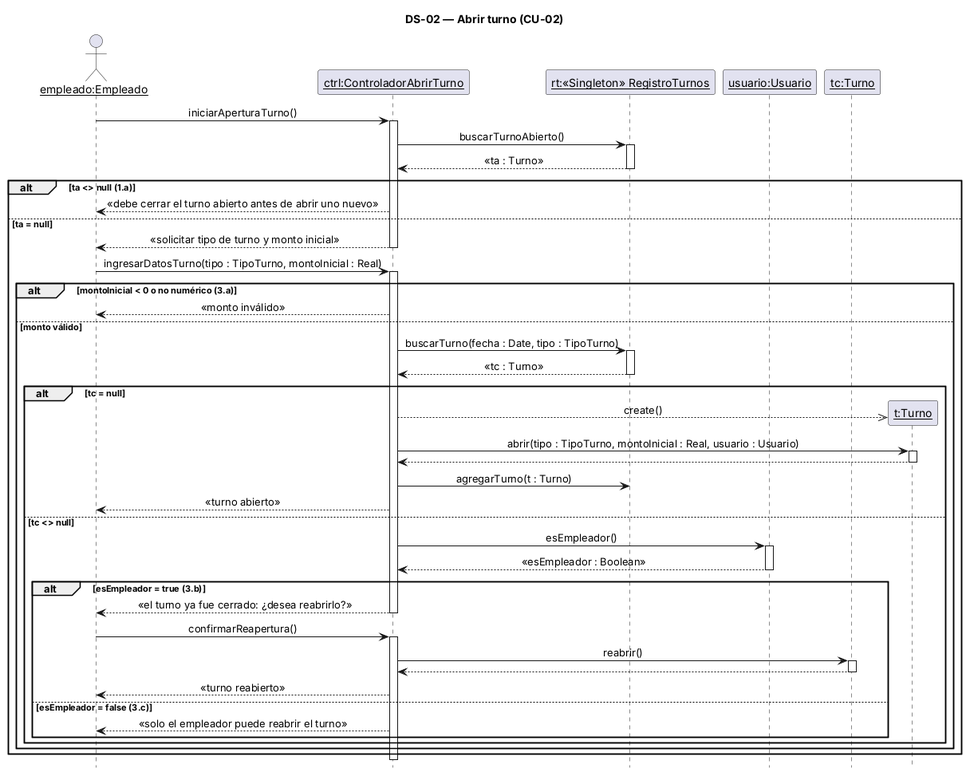
This is 08-Diagrama De Secuencia/DS-02 Abrir turno.png from alanbalzaretti123/control-de-stock1, a PlantUML export, as it was before one commit.
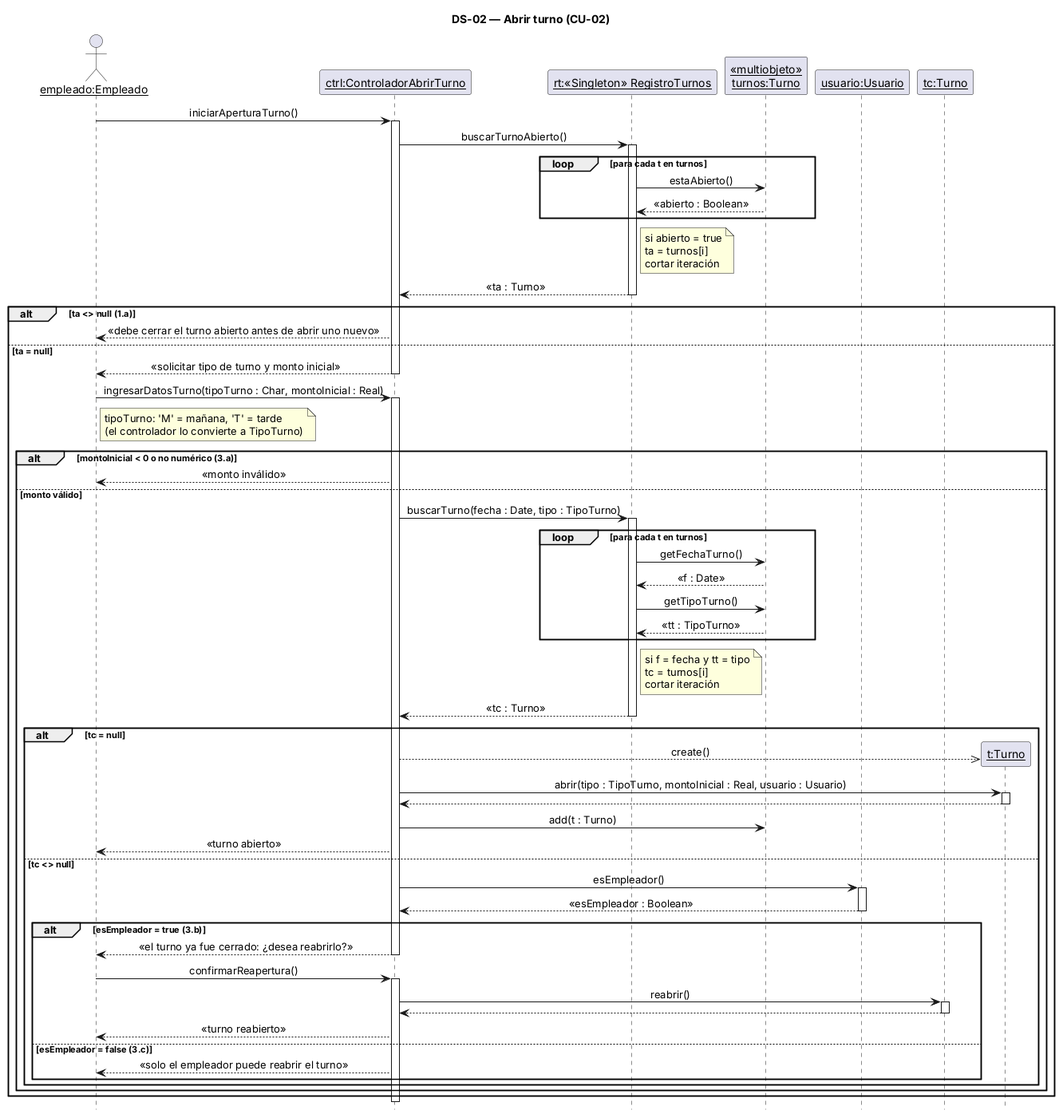
The same diagram one commit later.

The edit, as a diff of the source:
```diff
@@ -8,6 +8,7 @@
 actor "empleado:Empleado" as U
 participant "ctrl:ControladorAbrirTurno" as C
 participant "rt:«Singleton» RegistroTurnos" as RT
+participant "«multiobjeto»\nturnos:Turno" as MTU
 participant "usuario:Usuario" as US
 participant "tc:Turno" as TC
 
@@ -15,6 +16,11 @@
 activate C
 C -> RT : buscarTurnoAbierto()
 activate RT
+loop para cada t en turnos
+  RT -> MTU : estaAbierto()
+  MTU --> RT : «abierto : Boolean»
+end
+note right of RT : si abierto = true\nta = turnos[i]\ncortar iteración
 RT --> C : «ta : Turno»
 deactivate RT
 alt ta <> null (1.a)
@@ -22,13 +28,21 @@
 else ta = null
   C --> U : «solicitar tipo de turno y monto inicial»
   deactivate C
-  U -> C : ingresarDatosTurno(tipo : TipoTurno, montoInicial : Real)
+  U -> C : ingresarDatosTurno(tipoTurno : Char, montoInicial : Real)
+  note right of U : tipoTurno: 'M' = mañana, 'T' = tarde\n(el controlador lo convierte a TipoTurno)
   activate C
   alt montoInicial < 0 o no numérico (3.a)
     C --> U : «monto inválido»
   else monto válido
     C -> RT : buscarTurno(fecha : Date, tipo : TipoTurno)
     activate RT
+    loop para cada t en turnos
+      RT -> MTU : getFechaTurno()
+      MTU --> RT : «f : Date»
+      RT -> MTU : getTipoTurno()
+      MTU --> RT : «tt : TipoTurno»
+    end
+    note right of RT : si f = fecha y tt = tipo\ntc = turnos[i]\ncortar iteración
     RT --> C : «tc : Turno»
     deactivate RT
     alt tc = null
@@ -38,7 +52,7 @@
       activate T
       T --> C
       deactivate T
-      C -> RT : agregarTurno(t : Turno)
+      C -> MTU : add(t : Turno)
       C --> U : «turno abierto»
     else tc <> null
       C -> US : esEmpleador()
```
